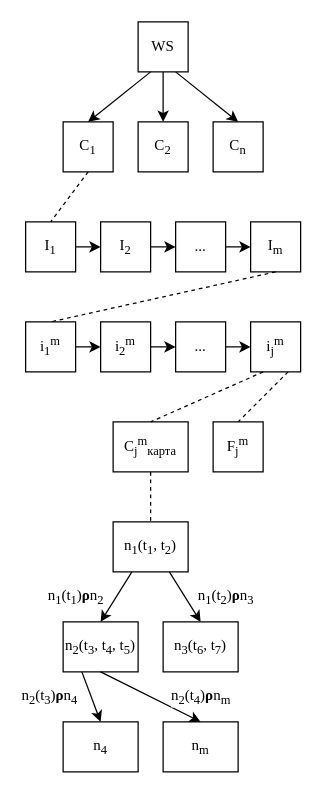
This is all content map.drawio from obscurya/draw.io, a draw.io file, before an edit. Source tidied: cells renumbered, new cells numbered last; positions are measured from the earlier drawing's top-left corner, leaving out a move shared by most shapes. Both pictures are drawn from the tidied source at 125%, with x=0, y=0 at pixel (25, 21).
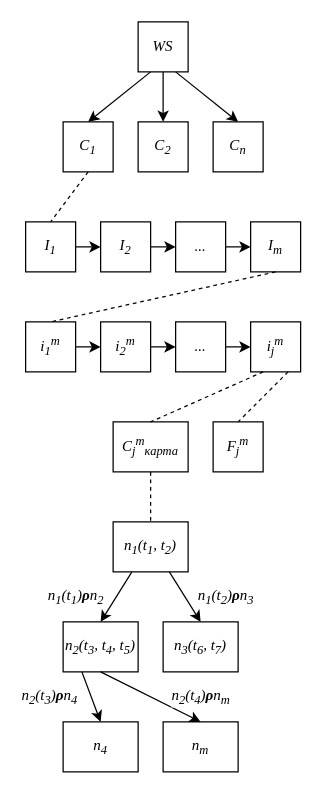
The same page after the edit.

The edit, as a diff of the source:
```diff
@@
-    <mxCell id="2" value="WS" style="rounded=0;whiteSpace=wrap;html=1;fontFamily=Times New Roman;" parent="1" vertex="1">
+    <mxCell id="2" value="WS" style="rounded=0;whiteSpace=wrap;html=1;fontFamily=Times New Roman;strokeColor=#000000;fontStyle=2;" parent="1" vertex="1">
       <mxGeometry x="90" width="40" height="40" as="geometry" />
     </mxCell>
-    <mxCell id="3" value="C&lt;sub&gt;1&lt;/sub&gt;" style="rounded=0;whiteSpace=wrap;html=1;fontFamily=Times New Roman;" parent="1" vertex="1">
+    <mxCell id="3" value="C&lt;sub&gt;1&lt;/sub&gt;" style="rounded=0;whiteSpace=wrap;html=1;fontFamily=Times New Roman;fontStyle=2;" parent="1" vertex="1">
       <mxGeometry x="30" y="80" width="40" height="40" as="geometry" />
     </mxCell>
-    <mxCell id="4" value="C&lt;sub&gt;2&lt;/sub&gt;" style="rounded=0;whiteSpace=wrap;html=1;fontFamily=Times New Roman;" parent="1" vertex="1">
+    <mxCell id="4" value="C&lt;sub&gt;2&lt;/sub&gt;" style="rounded=0;whiteSpace=wrap;html=1;fontFamily=Times New Roman;fontStyle=2;" parent="1" vertex="1">
       <mxGeometry x="90" y="80" width="40" height="40" as="geometry" />
     </mxCell>
-    <mxCell id="5" value="C&lt;sub&gt;n&lt;/sub&gt;" style="rounded=0;whiteSpace=wrap;html=1;fontFamily=Times New Roman;" parent="1" vertex="1">
+    <mxCell id="5" value="C&lt;sub&gt;n&lt;/sub&gt;" style="rounded=0;whiteSpace=wrap;html=1;fontFamily=Times New Roman;fontStyle=2;" parent="1" vertex="1">
       <mxGeometry x="150" y="80" width="40" height="40" as="geometry" />
     </mxCell>
-    <mxCell id="6" value="I&lt;sub&gt;1&lt;/sub&gt;" style="rounded=0;whiteSpace=wrap;html=1;fontFamily=Times New Roman;" parent="1" vertex="1">
+    <mxCell id="6" value="I&lt;sub&gt;1&lt;/sub&gt;" style="rounded=0;whiteSpace=wrap;html=1;fontFamily=Times New Roman;fontStyle=2;" parent="1" vertex="1">
       <mxGeometry y="160" width="40" height="40" as="geometry" />
     </mxCell>
-    <mxCell id="7" value="I&lt;sub&gt;2&lt;/sub&gt;" style="rounded=0;whiteSpace=wrap;html=1;fontFamily=Times New Roman;" parent="1" vertex="1">
+    <mxCell id="7" value="I&lt;sub&gt;2&lt;/sub&gt;" style="rounded=0;whiteSpace=wrap;html=1;fontFamily=Times New Roman;fontStyle=2;" parent="1" vertex="1">
       <mxGeometry x="60" y="160" width="40" height="40" as="geometry" />
     </mxCell>
-    <mxCell id="8" value="..." style="rounded=0;whiteSpace=wrap;html=1;fontFamily=Times New Roman;" parent="1" vertex="1">
+    <mxCell id="8" value="..." style="rounded=0;whiteSpace=wrap;html=1;fontFamily=Times New Roman;fontStyle=2;" parent="1" vertex="1">
       <mxGeometry x="120" y="160" width="40" height="40" as="geometry" />
     </mxCell>
-    <mxCell id="9" value="I&lt;sub&gt;m&lt;/sub&gt;" style="rounded=0;whiteSpace=wrap;html=1;fontFamily=Times New Roman;" parent="1" vertex="1">
+    <mxCell id="9" value="I&lt;sub&gt;m&lt;/sub&gt;" style="rounded=0;whiteSpace=wrap;html=1;fontFamily=Times New Roman;fontStyle=2;" parent="1" vertex="1">
       <mxGeometry x="180" y="160" width="40" height="40" as="geometry" />
     </mxCell>
-    <mxCell id="10" value="i&lt;sub&gt;1&lt;/sub&gt;&lt;sup&gt;m&lt;/sup&gt;" style="rounded=0;whiteSpace=wrap;html=1;fontFamily=Times New Roman;" parent="1" vertex="1">
+    <mxCell id="10" value="i&lt;sub&gt;1&lt;/sub&gt;&lt;sup&gt;m&lt;/sup&gt;" style="rounded=0;whiteSpace=wrap;html=1;fontFamily=Times New Roman;fontStyle=2;" parent="1" vertex="1">
       <mxGeometry y="240" width="40" height="40" as="geometry" />
     </mxCell>
-    <mxCell id="11" style="edgeStyle=orthogonalEdgeStyle;rounded=0;jettySize=auto;html=1;exitX=1;exitY=0.5;exitDx=0;exitDy=0;entryX=0;entryY=0.5;entryDx=0;entryDy=0;fontFamily=Times New Roman;" parent="1" edge="1" source="12" target="14">
+    <mxCell id="11" style="edgeStyle=orthogonalEdgeStyle;rounded=0;jettySize=auto;html=1;exitX=1;exitY=0.5;exitDx=0;exitDy=0;entryX=0;entryY=0.5;entryDx=0;entryDy=0;fontFamily=Times New Roman;fontStyle=2;" parent="1" edge="1" source="12" target="14">
       <mxGeometry relative="1" as="geometry" />
     </mxCell>
-    <mxCell id="12" value="i&lt;sub&gt;2&lt;/sub&gt;&lt;sup&gt;m&lt;/sup&gt;" style="rounded=0;whiteSpace=wrap;html=1;fontFamily=Times New Roman;" parent="1" vertex="1">
+    <mxCell id="12" value="i&lt;sub&gt;2&lt;/sub&gt;&lt;sup&gt;m&lt;/sup&gt;" style="rounded=0;whiteSpace=wrap;html=1;fontFamily=Times New Roman;fontStyle=2;" parent="1" vertex="1">
       <mxGeometry x="60" y="240" width="40" height="40" as="geometry" />
     </mxCell>
-    <mxCell id="13" style="edgeStyle=orthogonalEdgeStyle;rounded=0;jettySize=auto;html=1;exitX=1;exitY=0.5;exitDx=0;exitDy=0;entryX=0;entryY=0.5;entryDx=0;entryDy=0;fontFamily=Times New Roman;" parent="1" edge="1" source="14" target="15">
+    <mxCell id="13" style="edgeStyle=orthogonalEdgeStyle;rounded=0;jettySize=auto;html=1;exitX=1;exitY=0.5;exitDx=0;exitDy=0;entryX=0;entryY=0.5;entryDx=0;entryDy=0;fontFamily=Times New Roman;fontStyle=2;" parent="1" edge="1" source="14" target="15">
       <mxGeometry relative="1" as="geometry" />
     </mxCell>
-    <mxCell id="14" value="..." style="rounded=0;whiteSpace=wrap;html=1;fontFamily=Times New Roman;" parent="1" vertex="1">
+    <mxCell id="14" value="..." style="rounded=0;whiteSpace=wrap;html=1;fontFamily=Times New Roman;fontStyle=2;" parent="1" vertex="1">
       <mxGeometry x="120" y="240" width="40" height="40" as="geometry" />
     </mxCell>
-    <mxCell id="15" value="i&lt;sub&gt;j&lt;/sub&gt;&lt;sup&gt;m&lt;/sup&gt;" style="rounded=0;whiteSpace=wrap;html=1;fontFamily=Times New Roman;" parent="1" vertex="1">
+    <mxCell id="15" value="i&lt;sub&gt;j&lt;/sub&gt;&lt;sup&gt;m&lt;/sup&gt;" style="rounded=0;whiteSpace=wrap;html=1;fontFamily=Times New Roman;fontStyle=2;" parent="1" vertex="1">
       <mxGeometry x="180" y="240" width="40" height="40" as="geometry" />
     </mxCell>
-    <mxCell id="16" value="C&lt;sub&gt;j&lt;/sub&gt;&lt;sup&gt;m&lt;/sup&gt;&lt;sub&gt;карта&lt;/sub&gt;" style="rounded=0;whiteSpace=wrap;html=1;fontFamily=Times New Roman;" parent="1" vertex="1">
+    <mxCell id="16" value="C&lt;sub&gt;j&lt;/sub&gt;&lt;sup&gt;m&lt;/sup&gt;&lt;sub&gt;карта&lt;/sub&gt;" style="rounded=0;whiteSpace=wrap;html=1;fontFamily=Times New Roman;fontStyle=2;" parent="1" vertex="1">
       <mxGeometry x="70" y="320" width="60" height="40" as="geometry" />
     </mxCell>
-    <mxCell id="17" value="F&lt;sub&gt;j&lt;/sub&gt;&lt;sup&gt;m&lt;/sup&gt;" style="rounded=0;whiteSpace=wrap;html=1;fontFamily=Times New Roman;" parent="1" vertex="1">
+    <mxCell id="17" value="F&lt;sub&gt;j&lt;/sub&gt;&lt;sup&gt;m&lt;/sup&gt;" style="rounded=0;whiteSpace=wrap;html=1;fontFamily=Times New Roman;fontStyle=2;" parent="1" vertex="1">
       <mxGeometry x="150" y="320" width="40" height="40" as="geometry" />
     </mxCell>
-    <mxCell id="18" value="n&lt;sub&gt;1&lt;/sub&gt;(t&lt;sub&gt;1&lt;/sub&gt;, t&lt;sub&gt;2&lt;/sub&gt;)" style="rounded=0;whiteSpace=wrap;html=1;fontFamily=Times New Roman;" parent="1" vertex="1">
+    <mxCell id="18" value="n&lt;sub&gt;1&lt;/sub&gt;(t&lt;sub&gt;1&lt;/sub&gt;, t&lt;sub&gt;2&lt;/sub&gt;)" style="rounded=0;whiteSpace=wrap;html=1;fontFamily=Times New Roman;fontStyle=2;" parent="1" vertex="1">
       <mxGeometry x="70" y="400" width="60" height="40" as="geometry" />
     </mxCell>
-    <mxCell id="19" value="n&lt;sub&gt;2&lt;/sub&gt;(t&lt;sub&gt;3&lt;/sub&gt;, t&lt;sub&gt;4&lt;/sub&gt;, t&lt;sub&gt;5&lt;/sub&gt;)" style="rounded=0;whiteSpace=wrap;html=1;fontFamily=Times New Roman;" parent="1" vertex="1">
+    <mxCell id="19" value="n&lt;sub&gt;2&lt;/sub&gt;(t&lt;sub&gt;3&lt;/sub&gt;, t&lt;sub&gt;4&lt;/sub&gt;, t&lt;sub&gt;5&lt;/sub&gt;)" style="rounded=0;whiteSpace=wrap;html=1;fontFamily=Times New Roman;fontStyle=2;" parent="1" vertex="1">
       <mxGeometry x="30" y="480" width="60" height="40" as="geometry" />
     </mxCell>
-    <mxCell id="20" value="n&lt;sub&gt;3&lt;/sub&gt;(t&lt;sub&gt;6&lt;/sub&gt;, t&lt;sub&gt;7&lt;/sub&gt;)" style="rounded=0;whiteSpace=wrap;html=1;fontFamily=Times New Roman;" parent="1" vertex="1">
+    <mxCell id="20" value="n&lt;sub&gt;3&lt;/sub&gt;(t&lt;sub&gt;6&lt;/sub&gt;, t&lt;sub&gt;7&lt;/sub&gt;)" style="rounded=0;whiteSpace=wrap;html=1;fontFamily=Times New Roman;fontStyle=2;" parent="1" vertex="1">
       <mxGeometry x="110" y="480" width="60" height="40" as="geometry" />
     </mxCell>
-    <mxCell id="21" value="n&lt;sub&gt;4&lt;/sub&gt;" style="rounded=0;whiteSpace=wrap;html=1;fontFamily=Times New Roman;" parent="1" vertex="1">
+    <mxCell id="21" value="n&lt;sub&gt;4&lt;/sub&gt;" style="rounded=0;whiteSpace=wrap;html=1;fontFamily=Times New Roman;fontStyle=2;" parent="1" vertex="1">
       <mxGeometry x="30" y="560" width="60" height="40" as="geometry" />
     </mxCell>
-    <mxCell id="22" value="n&lt;sub&gt;m&lt;/sub&gt;" style="rounded=0;whiteSpace=wrap;html=1;fontFamily=Times New Roman;" parent="1" vertex="1">
+    <mxCell id="22" value="n&lt;sub&gt;m&lt;/sub&gt;" style="rounded=0;whiteSpace=wrap;html=1;fontFamily=Times New Roman;fontStyle=2;" parent="1" vertex="1">
       <mxGeometry x="110" y="560" width="60" height="40" as="geometry" />
     </mxCell>
-    <mxCell id="23" style="endArrow=classic;html=1;fontFamily=Times New Roman;entryX=0.5;entryY=0;entryDx=0;entryDy=0;exitX=0.25;exitY=1;exitDx=0;exitDy=0;" parent="1" edge="1" source="2" target="3">
+    <mxCell id="23" style="endArrow=classic;html=1;fontFamily=Times New Roman;entryX=0.5;entryY=0;entryDx=0;entryDy=0;exitX=0.25;exitY=1;exitDx=0;exitDy=0;fontStyle=2;" parent="1" edge="1" source="2" target="3">
       <mxGeometry relative="1" as="geometry" />
     </mxCell>
-    <mxCell id="24" style="endArrow=classic;html=1;fontFamily=Times New Roman;entryX=0.5;entryY=0;entryDx=0;entryDy=0;exitX=0.5;exitY=1;exitDx=0;exitDy=0;" parent="1" edge="1" source="2" target="4">
+    <mxCell id="24" style="endArrow=classic;html=1;fontFamily=Times New Roman;entryX=0.5;entryY=0;entryDx=0;entryDy=0;exitX=0.5;exitY=1;exitDx=0;exitDy=0;fontStyle=2;" parent="1" edge="1" source="2" target="4">
       <mxGeometry relative="1" as="geometry" />
     </mxCell>
-    <mxCell id="25" style="endArrow=classic;html=1;fontFamily=Times New Roman;entryX=0.5;entryY=0;entryDx=0;entryDy=0;exitX=0.75;exitY=1;exitDx=0;exitDy=0;" parent="1" edge="1" source="2" target="5">
+    <mxCell id="25" style="endArrow=classic;html=1;fontFamily=Times New Roman;entryX=0.5;entryY=0;entryDx=0;entryDy=0;exitX=0.75;exitY=1;exitDx=0;exitDy=0;fontStyle=2;" parent="1" edge="1" source="2" target="5">
       <mxGeometry relative="1" as="geometry" />
     </mxCell>
-    <mxCell id="26" style="endArrow=none;html=1;fontFamily=Times New Roman;entryX=0.5;entryY=0;entryDx=0;entryDy=0;exitX=0.5;exitY=1;exitDx=0;exitDy=0;endFill=0;dashed=1;" parent="1" edge="1" source="3" target="6">
+    <mxCell id="26" style="endArrow=none;html=1;fontFamily=Times New Roman;entryX=0.5;entryY=0;entryDx=0;entryDy=0;exitX=0.5;exitY=1;exitDx=0;exitDy=0;endFill=0;dashed=1;fontStyle=2;" parent="1" edge="1" source="3" target="6">
       <mxGeometry relative="1" as="geometry" />
     </mxCell>
-    <mxCell id="27" style="endArrow=classic;html=1;fontFamily=Times New Roman;entryX=0;entryY=0.5;entryDx=0;entryDy=0;exitX=1;exitY=0.5;exitDx=0;exitDy=0;" parent="1" edge="1" source="6" target="7">
+    <mxCell id="27" style="endArrow=classic;html=1;fontFamily=Times New Roman;entryX=0;entryY=0.5;entryDx=0;entryDy=0;exitX=1;exitY=0.5;exitDx=0;exitDy=0;fontStyle=2;" parent="1" edge="1" source="6" target="7">
       <mxGeometry relative="1" as="geometry" />
     </mxCell>
-    <mxCell id="28" style="endArrow=classic;html=1;fontFamily=Times New Roman;entryX=0;entryY=0.5;entryDx=0;entryDy=0;exitX=1;exitY=0.5;exitDx=0;exitDy=0;" parent="1" edge="1" source="7" target="8">
+    <mxCell id="28" style="endArrow=classic;html=1;fontFamily=Times New Roman;entryX=0;entryY=0.5;entryDx=0;entryDy=0;exitX=1;exitY=0.5;exitDx=0;exitDy=0;fontStyle=2;" parent="1" edge="1" source="7" target="8">
       <mxGeometry relative="1" as="geometry" />
     </mxCell>
-    <mxCell id="29" style="endArrow=classic;html=1;fontFamily=Times New Roman;entryX=0;entryY=0.5;entryDx=0;entryDy=0;exitX=1;exitY=0.5;exitDx=0;exitDy=0;" parent="1" edge="1" source="8" target="9">
+    <mxCell id="29" style="endArrow=classic;html=1;fontFamily=Times New Roman;entryX=0;entryY=0.5;entryDx=0;entryDy=0;exitX=1;exitY=0.5;exitDx=0;exitDy=0;fontStyle=2;" parent="1" edge="1" source="8" target="9">
       <mxGeometry relative="1" as="geometry" />
     </mxCell>
-    <mxCell id="30" style="endArrow=none;html=1;fontFamily=Times New Roman;entryX=0.5;entryY=0;entryDx=0;entryDy=0;exitX=0.5;exitY=1;exitDx=0;exitDy=0;endFill=0;dashed=1;" parent="1" edge="1" source="9" target="10">
+    <mxCell id="30" style="endArrow=none;html=1;fontFamily=Times New Roman;entryX=0.5;entryY=0;entryDx=0;entryDy=0;exitX=0.5;exitY=1;exitDx=0;exitDy=0;endFill=0;dashed=1;fontStyle=2;" parent="1" edge="1" source="9" target="10">
       <mxGeometry relative="1" as="geometry" />
     </mxCell>
-    <mxCell id="31" style="endArrow=classic;html=1;fontFamily=Times New Roman;entryX=0;entryY=0.5;entryDx=0;entryDy=0;exitX=1;exitY=0.5;exitDx=0;exitDy=0;" parent="1" edge="1" source="10" target="12">
+    <mxCell id="31" style="endArrow=classic;html=1;fontFamily=Times New Roman;entryX=0;entryY=0.5;entryDx=0;entryDy=0;exitX=1;exitY=0.5;exitDx=0;exitDy=0;fontStyle=2;" parent="1" edge="1" source="10" target="12">
       <mxGeometry relative="1" as="geometry" />
     </mxCell>
-    <mxCell id="32" style="endArrow=none;html=1;fontFamily=Times New Roman;entryX=0.5;entryY=0;entryDx=0;entryDy=0;exitX=0.25;exitY=1;exitDx=0;exitDy=0;endFill=0;dashed=1;" parent="1" edge="1" source="15" target="16">
+    <mxCell id="32" style="endArrow=none;html=1;fontFamily=Times New Roman;entryX=0.5;entryY=0;entryDx=0;entryDy=0;exitX=0.25;exitY=1;exitDx=0;exitDy=0;endFill=0;dashed=1;fontStyle=2;" parent="1" edge="1" source="15" target="16">
       <mxGeometry relative="1" as="geometry" />
     </mxCell>
-    <mxCell id="33" style="endArrow=none;html=1;fontFamily=Times New Roman;entryX=0.5;entryY=0;entryDx=0;entryDy=0;exitX=0.75;exitY=1;exitDx=0;exitDy=0;endFill=0;dashed=1;" parent="1" edge="1" source="15" target="17">
+    <mxCell id="33" style="endArrow=none;html=1;fontFamily=Times New Roman;entryX=0.5;entryY=0;entryDx=0;entryDy=0;exitX=0.75;exitY=1;exitDx=0;exitDy=0;endFill=0;dashed=1;fontStyle=2;" parent="1" edge="1" source="15" target="17">
       <mxGeometry relative="1" as="geometry" />
     </mxCell>
-    <mxCell id="34" style="endArrow=none;html=1;fontFamily=Times New Roman;entryX=0.5;entryY=0;entryDx=0;entryDy=0;exitX=0.5;exitY=1;exitDx=0;exitDy=0;endFill=0;dashed=1;" parent="1" edge="1" source="16" target="18">
+    <mxCell id="34" style="endArrow=none;html=1;fontFamily=Times New Roman;entryX=0.5;entryY=0;entryDx=0;entryDy=0;exitX=0.5;exitY=1;exitDx=0;exitDy=0;endFill=0;dashed=1;fontStyle=2;" parent="1" edge="1" source="16" target="18">
       <mxGeometry relative="1" as="geometry" />
     </mxCell>
-    <mxCell id="35" value="n&lt;sub&gt;1&lt;/sub&gt;(t&lt;sub&gt;1&lt;/sub&gt;)&lt;b&gt;ρ&lt;/b&gt;n&lt;sub&gt;2&lt;/sub&gt;" style="endArrow=classic;html=1;fontFamily=Times New Roman;entryX=0.5;entryY=0;entryDx=0;entryDy=0;exitX=0.25;exitY=1;exitDx=0;exitDy=0;fontSize=12;" parent="1" edge="1" source="18" target="19">
+    <mxCell id="35" value="n&lt;sub&gt;1&lt;/sub&gt;(t&lt;sub&gt;1&lt;/sub&gt;)&lt;b&gt;ρ&lt;/b&gt;n&lt;sub&gt;2&lt;/sub&gt;" style="endArrow=classic;html=1;fontFamily=Times New Roman;entryX=0.5;entryY=0;entryDx=0;entryDy=0;exitX=0.25;exitY=1;exitDx=0;exitDy=0;fontSize=12;fontStyle=2;" parent="1" edge="1" source="18" target="19">
       <mxGeometry x="0.74" y="-27" relative="1" as="geometry" />
     </mxCell>
-    <mxCell id="36" value="n&lt;sub&gt;1&lt;/sub&gt;(t&lt;sub&gt;2&lt;/sub&gt;)&lt;b&gt;ρ&lt;/b&gt;n&lt;sub&gt;3&lt;/sub&gt;" style="endArrow=classic;html=1;fontFamily=Times New Roman;entryX=0.5;entryY=0;entryDx=0;entryDy=0;exitX=0.75;exitY=1;exitDx=0;exitDy=0;fontSize=12;" parent="1" edge="1" source="18" target="20">
+    <mxCell id="36" value="n&lt;sub&gt;1&lt;/sub&gt;(t&lt;sub&gt;2&lt;/sub&gt;)&lt;b&gt;ρ&lt;/b&gt;n&lt;sub&gt;3&lt;/sub&gt;" style="endArrow=classic;html=1;fontFamily=Times New Roman;entryX=0.5;entryY=0;entryDx=0;entryDy=0;exitX=0.75;exitY=1;exitDx=0;exitDy=0;fontSize=12;fontStyle=2;" parent="1" edge="1" source="18" target="20">
       <mxGeometry x="0.74" y="28" relative="1" as="geometry" />
     </mxCell>
-    <mxCell id="37" value="n&lt;sub&gt;2&lt;/sub&gt;(t&lt;sub&gt;3&lt;/sub&gt;)&lt;b&gt;ρ&lt;/b&gt;n&lt;sub&gt;4&lt;/sub&gt;" style="endArrow=classic;html=1;fontFamily=Times New Roman;entryX=0.5;entryY=0;entryDx=0;entryDy=0;exitX=0.25;exitY=1;exitDx=0;exitDy=0;fontSize=12;" parent="1" edge="1" source="19" target="21">
+    <mxCell id="37" value="n&lt;sub&gt;2&lt;/sub&gt;(t&lt;sub&gt;3&lt;/sub&gt;)&lt;b&gt;ρ&lt;/b&gt;n&lt;sub&gt;4&lt;/sub&gt;" style="endArrow=classic;html=1;fontFamily=Times New Roman;entryX=0.5;entryY=0;entryDx=0;entryDy=0;exitX=0.25;exitY=1;exitDx=0;exitDy=0;fontSize=12;fontStyle=2;" parent="1" edge="1" source="19" target="21">
       <mxGeometry x="-0.51" y="-31" relative="1" as="geometry" />
     </mxCell>
-    <mxCell id="38" value="n&lt;sub&gt;2&lt;/sub&gt;(t&lt;sub&gt;4&lt;/sub&gt;)&lt;b&gt;ρ&lt;/b&gt;n&lt;sub&gt;m&lt;/sub&gt;" style="endArrow=classic;html=1;fontFamily=Times New Roman;entryX=0.5;entryY=0;entryDx=0;entryDy=0;exitX=0.5;exitY=1;exitDx=0;exitDy=0;fontSize=12;" parent="1" edge="1" source="19" target="22">
+    <mxCell id="38" value="n&lt;sub&gt;2&lt;/sub&gt;(t&lt;sub&gt;4&lt;/sub&gt;)&lt;b&gt;ρ&lt;/b&gt;n&lt;sub&gt;m&lt;/sub&gt;" style="endArrow=classic;html=1;fontFamily=Times New Roman;entryX=0.5;entryY=0;entryDx=0;entryDy=0;exitX=0.5;exitY=1;exitDx=0;exitDy=0;fontSize=12;fontStyle=2;" parent="1" edge="1" source="19" target="22">
       <mxGeometry x="0.8" y="18" relative="1" as="geometry" />
     </mxCell>
```
